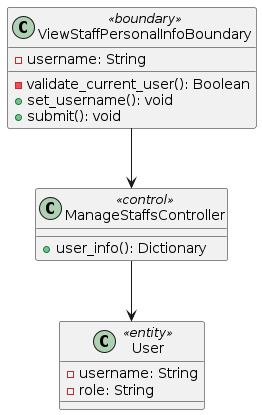
The PlantUML diagram docs/UML/Class Diagrams/view-staff-personal-info.png in LapTQ/MCT, before a commit. The source it was exported from:
```plantuml
@startuml

class ViewStaffPersonalInfoBoundary <<boundary>> {
    - username: String

    - validate_current_user(): Boolean
    + set_username(): void
    + submit(): void
}

class ManageStaffsController <<control>> {

    + user_info(): Dictionary
}

class User <<entity>> {
    - username: String
    - role: String
}

ViewStaffPersonalInfoBoundary --> ManageStaffsController
ManageStaffsController --> User

@enduml
```
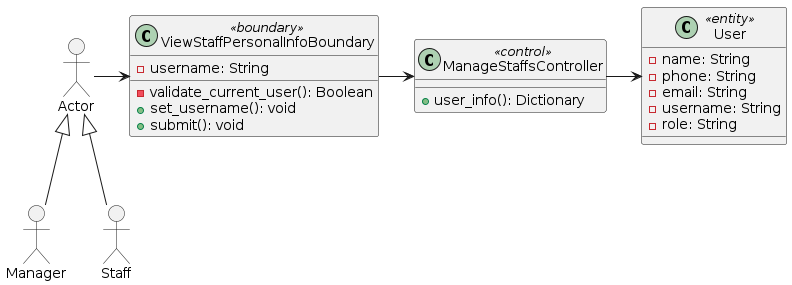
After the change.

Change to the diagram source:
```diff
@@ -1,4 +1,10 @@
 @startuml
+
+allowmixing
+
+actor Actor
+actor Manager
+actor Staff
 
 class ViewStaffPersonalInfoBoundary <<boundary>> {
     - username: String
@@ -14,11 +20,17 @@
 }
 
 class User <<entity>> {
+    - name: String
+    - phone: String
+    - email: String
     - username: String
     - role: String
 }
 
-ViewStaffPersonalInfoBoundary --> ManageStaffsController
-ManageStaffsController --> User
+Manager -up-|> Actor
+Staff -up-|> Actor
+Actor -> ViewStaffPersonalInfoBoundary
+ViewStaffPersonalInfoBoundary -right-> ManageStaffsController
+ManageStaffsController -right-> User
 
 @enduml
```
